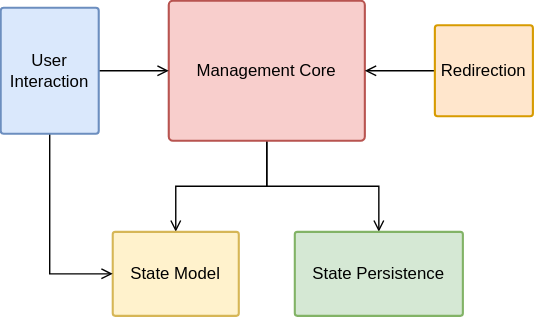
alberto-lazari/masters-thesis keeps this draw.io diagram as images/virtual-components.svg. Above is the earlier version. Source tidied: cells renumbered, new cells last; positions are measured from the earlier drawing's top-left corner, leaving out a move shared by most shapes.
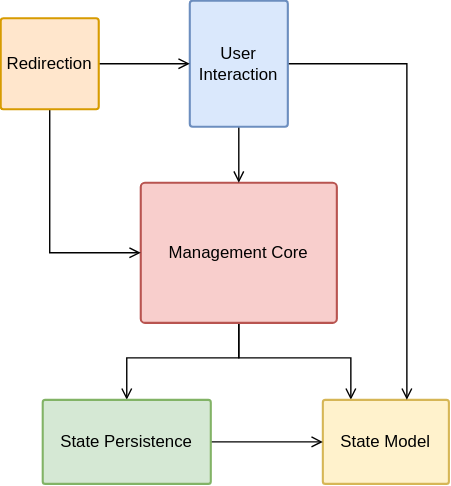
Above is the later version.

Change to the diagram source:
```diff
@@ -2,39 +2,59 @@
   <root>
     <mxCell id="0" />
     <mxCell id="1" parent="0" />
-    <mxCell id="2" style="edgeStyle=orthogonalEdgeStyle;rounded=0;jettySize=auto;html=1;entryX=0.5;entryY=0;entryDx=0;entryDy=0;strokeWidth=1;backgroundOutline=0;fixDash=0;arcSize=3;endArrow=open;endFill=0;" parent="1" edge="1" source="4" target="6">
-      <mxGeometry relative="1" as="geometry" />
+    <mxCell id="2" style="edgeStyle=orthogonalEdgeStyle;rounded=0;jettySize=auto;html=1;endArrow=open;endFill=0;" parent="1" edge="1" source="4" target="6">
+      <mxGeometry relative="1" as="geometry">
+        <Array as="points">
+          <mxPoint x="190" y="125" />
+          <mxPoint x="110" y="125" />
+        </Array>
+      </mxGeometry>
     </mxCell>
-    <mxCell id="3" style="edgeStyle=orthogonalEdgeStyle;rounded=0;jettySize=auto;html=1;entryX=0.5;entryY=0;entryDx=0;entryDy=0;endArrow=open;endFill=0;" parent="1" edge="1" source="4" target="5">
-      <mxGeometry relative="1" as="geometry" />
+    <mxCell id="3" style="edgeStyle=orthogonalEdgeStyle;rounded=0;jettySize=auto;html=1;endArrow=open;endFill=0;" parent="1" edge="1" source="4" target="5">
+      <mxGeometry relative="1" as="geometry">
+        <Array as="points">
+          <mxPoint x="190" y="125" />
+          <mxPoint x="270" y="125" />
+        </Array>
+      </mxGeometry>
     </mxCell>
     <mxCell id="4" value="Management Core" style="rounded=1;whiteSpace=wrap;html=1;fillColor=#f8cecc;strokeColor=#b85450;strokeWidth=1.5;backgroundOutline=0;fixDash=0;arcSize=3;" parent="1" vertex="1">
       <mxGeometry x="120" width="140" height="100" as="geometry" />
     </mxCell>
     <mxCell id="5" value="State Model" style="rounded=1;whiteSpace=wrap;html=1;fillColor=#fff2cc;strokeColor=#d6b656;strokeWidth=1.5;backgroundOutline=0;fixDash=0;arcSize=3;" parent="1" vertex="1">
-      <mxGeometry x="80" y="165" width="90" height="60" as="geometry" />
+      <mxGeometry x="250" y="155" width="90" height="60" as="geometry" />
     </mxCell>
+    <mxCell id="12" style="edgeStyle=orthogonalEdgeStyle;rounded=0;jettySize=auto;html=1;endArrow=open;endFill=0;" parent="1" edge="1" source="6" target="5">
+      <mxGeometry relative="1" as="geometry" />
+    </mxCell>
     <mxCell id="6" value="State Persistence" style="rounded=1;whiteSpace=wrap;html=1;fillColor=#d5e8d4;strokeColor=#82b366;strokeWidth=1.5;backgroundOutline=0;fixDash=0;arcSize=3;" parent="1" vertex="1">
-      <mxGeometry x="210" y="165" width="120" height="60" as="geometry" />
+      <mxGeometry x="50" y="155" width="120" height="60" as="geometry" />
     </mxCell>
+    <mxCell id="8" style="edgeStyle=orthogonalEdgeStyle;rounded=0;jettySize=auto;html=1;endArrow=open;endFill=0;" parent="1" edge="1" source="9" target="5">
+      <mxGeometry relative="1" as="geometry">
+        <Array as="points">
+          <mxPoint x="310" y="-85" />
+        </Array>
+      </mxGeometry>
+    </mxCell>
-    <mxCell id="7" style="edgeStyle=orthogonalEdgeStyle;rounded=0;jettySize=auto;html=1;entryX=0;entryY=0.5;entryDx=0;entryDy=0;endArrow=open;endFill=0;" parent="1" edge="1" source="9" target="4">
+    <mxCell id="7" style="edgeStyle=orthogonalEdgeStyle;rounded=0;jettySize=auto;html=1;endArrow=open;endFill=0;" parent="1" edge="1" source="9" target="4">
       <mxGeometry relative="1" as="geometry" />
     </mxCell>
-    <mxCell id="8" style="edgeStyle=orthogonalEdgeStyle;rounded=0;jettySize=auto;html=1;entryX=0;entryY=0.5;entryDx=0;entryDy=0;endArrow=open;endFill=0;" parent="1" edge="1" source="9" target="5">
-      <mxGeometry relative="1" as="geometry">
-        <Array as="points">
-          <mxPoint x="35" y="195" />
-        </Array>
-      </mxGeometry>
-    </mxCell>
     <mxCell id="9" value="User Interaction" style="rounded=1;whiteSpace=wrap;html=1;fillColor=#dae8fc;strokeColor=#6c8ebf;strokeWidth=1.5;backgroundOutline=0;fixDash=0;arcSize=3;" parent="1" vertex="1">
-      <mxGeometry y="5" width="70" height="90" as="geometry" />
+      <mxGeometry x="155" y="-130" width="70" height="90" as="geometry" />
     </mxCell>
+    <mxCell id="13" style="edgeStyle=orthogonalEdgeStyle;rounded=0;jettySize=auto;html=1;endArrow=open;endFill=0;" parent="1" edge="1" source="11" target="9">
+      <mxGeometry relative="1" as="geometry" />
+    </mxCell>
-    <mxCell id="10" style="edgeStyle=orthogonalEdgeStyle;rounded=0;jettySize=auto;html=1;entryX=1;entryY=0.5;entryDx=0;entryDy=0;endArrow=open;endFill=0;" parent="1" edge="1" source="11" target="4">
-      <mxGeometry relative="1" as="geometry" />
+    <mxCell id="10" style="edgeStyle=orthogonalEdgeStyle;rounded=0;jettySize=auto;html=1;endArrow=open;endFill=0;" parent="1" edge="1" source="11" target="4">
+      <mxGeometry relative="1" as="geometry">
+        <Array as="points">
+          <mxPoint x="55" y="50" />
+        </Array>
+      </mxGeometry>
     </mxCell>
     <mxCell id="11" value="Redirection" style="rounded=1;whiteSpace=wrap;html=1;fillColor=#ffe6cc;strokeColor=#d79b00;strokeWidth=1.5;backgroundOutline=0;fixDash=0;arcSize=3;" parent="1" vertex="1">
-      <mxGeometry x="310" y="17.5" width="70" height="65" as="geometry" />
+      <mxGeometry x="20" y="-117.5" width="70" height="65" as="geometry" />
     </mxCell>
   </root>
 </mxGraphModel>
```
